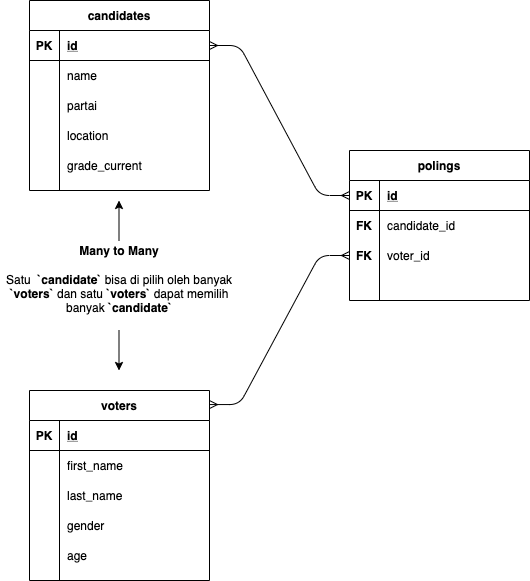
The draw.io diagram Schema - Poll DB.png in akbarhabiby/draw.io, before a commit. Source tidied: cells renumbered, new cells last; positions are measured from the earlier drawing's top-left corner, leaving out a move shared by most shapes.
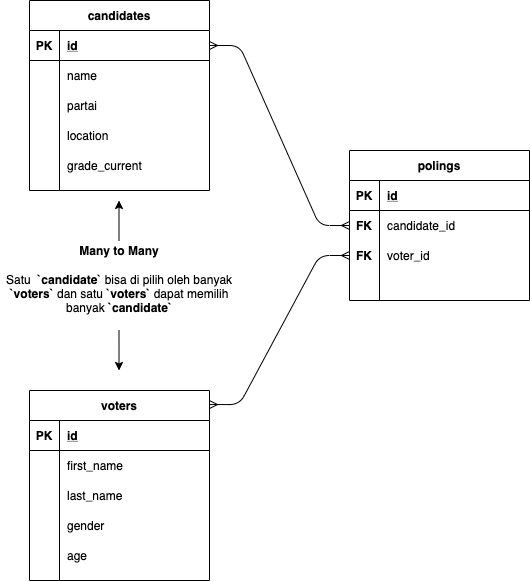
Later version of the same file.

Diff of the diagram source:
```diff
@@ -53,7 +53,7 @@
     <mxCell id="18" style="edgeStyle=entityRelationEdgeStyle;fontSize=12;html=1;endArrow=ERmany;startArrow=ERmany;exitX=1;exitY=0.074;exitDx=0;exitDy=0;exitPerimeter=0;entryX=0;entryY=0.5;entryDx=0;entryDy=0;" parent="1" edge="1" source="20" target="43">
       <mxGeometry relative="1" as="geometry" />
     </mxCell>
-    <mxCell id="19" style="edgeStyle=entityRelationEdgeStyle;fontSize=12;html=1;endArrow=ERmany;startArrow=ERmany;exitX=1;exitY=0.5;exitDx=0;exitDy=0;entryX=0;entryY=0.5;entryDx=0;entryDy=0;" parent="1" edge="1" source="3" target="37">
+    <mxCell id="19" style="edgeStyle=entityRelationEdgeStyle;fontSize=12;html=1;endArrow=ERmany;startArrow=ERmany;exitX=1;exitY=0.5;exitDx=0;exitDy=0;entryX=0;entryY=0.5;entryDx=0;entryDy=0;" parent="1" edge="1" source="3" target="40">
       <mxGeometry relative="1" as="geometry" />
     </mxCell>
     <mxCell id="20" value="voters" style="shape=table;startSize=30;rowLines=0;fontStyle=1;align=center;" parent="1" vertex="1">
```
